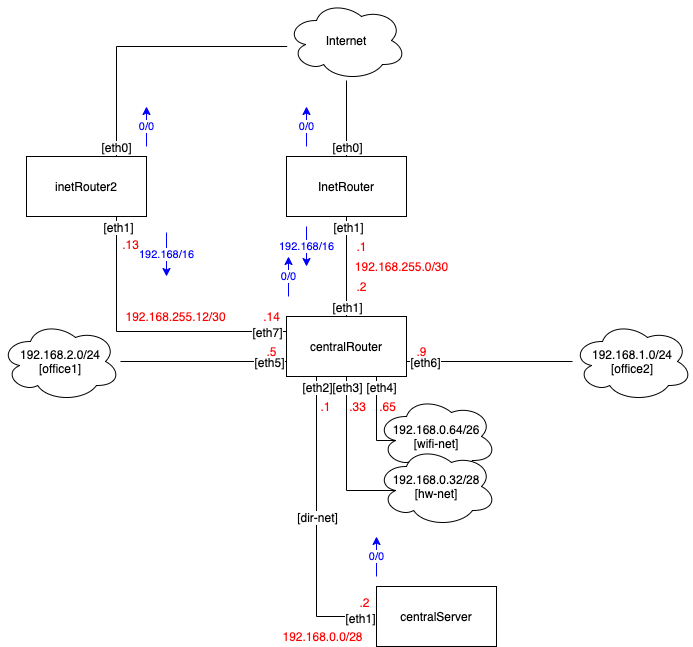
Above: lab21/diagram.png in gs1571/otus-linux (draw.io), before the change. Source tidied: cells renumbered, new cells last; positions are measured from the earlier drawing's top-left corner, leaving out a move shared by most shapes. Its diagram source:
```xml
<mxGraphModel>
  <root>
    <mxCell id="0" />
    <mxCell id="1" parent="0" />
    <mxCell id="2" value="InetRouter" style="rounded=0;whiteSpace=wrap;html=1;" parent="1" vertex="1">
      <mxGeometry x="286" y="156" width="120" height="60" as="geometry" />
    </mxCell>
    <mxCell id="3" value="Internet" style="ellipse;shape=cloud;whiteSpace=wrap;html=1;" parent="1" vertex="1">
      <mxGeometry x="286" width="120" height="80" as="geometry" />
    </mxCell>
    <mxCell id="4" style="endArrow=none;html=1;exitX=0.5;exitY=0;exitDx=0;exitDy=0;" parent="1" edge="1" source="2" target="3">
      <mxGeometry relative="1" as="geometry" />
    </mxCell>
    <mxCell id="5" value="[eth0]" style="text;html=1;align=center;verticalAlign=middle;labelBackgroundColor=#ffffff;" parent="4" vertex="1">
      <mxGeometry x="-0.05" y="-1" relative="1" as="geometry">
        <mxPoint x="-1" y="26" as="offset" />
      </mxGeometry>
    </mxCell>
    <mxCell id="6" value="centralRouter" style="rounded=0;whiteSpace=wrap;html=1;" parent="1" vertex="1">
      <mxGeometry x="286" y="316" width="120" height="60" as="geometry" />
    </mxCell>
    <mxCell id="7" style="endArrow=none;html=1;entryX=0.5;entryY=1;entryDx=0;entryDy=0;" parent="1" edge="1" source="6" target="2">
      <mxGeometry relative="1" as="geometry" />
    </mxCell>
    <mxCell id="8" value="[eth1]" style="text;html=1;align=center;verticalAlign=middle;labelBackgroundColor=#ffffff;" parent="7" vertex="1">
      <mxGeometry x="-0.05" y="-1" relative="1" as="geometry">
        <mxPoint x="-1" y="37" as="offset" />
      </mxGeometry>
    </mxCell>
    <mxCell id="9" value="[eth1]" style="text;html=1;align=center;verticalAlign=middle;labelBackgroundColor=#ffffff;" parent="7" vertex="1">
      <mxGeometry x="0.62" y="-1" relative="1" as="geometry">
        <mxPoint y="-9" as="offset" />
      </mxGeometry>
    </mxCell>
    <mxCell id="10" value="192.168.255.0/30" style="text;html=1;align=center;verticalAlign=middle;fontColor=#FF0000;" parent="1" vertex="1">
      <mxGeometry x="346" y="256" width="110" height="20" as="geometry" />
    </mxCell>
    <mxCell id="11" value=".1" style="text;html=1;align=center;verticalAlign=middle;fontColor=#FF0000;" parent="1" vertex="1">
      <mxGeometry x="346" y="236" width="30" height="20" as="geometry" />
    </mxCell>
    <mxCell id="12" value=".2" style="text;html=1;align=center;verticalAlign=middle;fontColor=#FF0000;" parent="1" vertex="1">
      <mxGeometry x="346" y="276" width="30" height="20" as="geometry" />
    </mxCell>
    <mxCell id="13" style="endArrow=none;html=1;exitX=0;exitY=0.75;exitDx=0;exitDy=0;" parent="1" edge="1" source="6" target="39">
      <mxGeometry relative="1" as="geometry" />
    </mxCell>
    <mxCell id="14" value="[eth5]" style="text;html=1;align=center;verticalAlign=middle;labelBackgroundColor=#ffffff;" parent="13" vertex="1">
      <mxGeometry x="-0.64" y="-1" relative="1" as="geometry">
        <mxPoint x="12" y="1" as="offset" />
      </mxGeometry>
    </mxCell>
    <mxCell id="15" value="192.168.0.64/26&lt;br&gt;[wifi-net]" style="ellipse;shape=cloud;whiteSpace=wrap;html=1;" parent="1" vertex="1">
      <mxGeometry x="376" y="396" width="120" height="80" as="geometry" />
    </mxCell>
    <mxCell id="16" value="192.168.0.32/28&lt;br&gt;[hw-net]" style="ellipse;shape=cloud;whiteSpace=wrap;html=1;" parent="1" vertex="1">
      <mxGeometry x="376" y="446" width="120" height="80" as="geometry" />
    </mxCell>
    <mxCell id="17" value="centralServer" style="rounded=0;whiteSpace=wrap;html=1;" parent="1" vertex="1">
      <mxGeometry x="376" y="586" width="120" height="60" as="geometry" />
    </mxCell>
    <mxCell id="18" style="endArrow=none;html=1;entryX=0.16;entryY=0.55;entryDx=0;entryDy=0;entryPerimeter=0;edgeStyle=elbowEdgeStyle;elbow=vertical;rounded=0;exitX=0.75;exitY=1;exitDx=0;exitDy=0;" parent="1" edge="1" source="6" target="15">
      <mxGeometry relative="1" as="geometry">
        <Array as="points">
          <mxPoint x="376" y="440" />
        </Array>
      </mxGeometry>
    </mxCell>
    <mxCell id="19" value="[eth4]" style="text;html=1;align=center;verticalAlign=middle;labelBackgroundColor=#ffffff;" parent="18" vertex="1">
      <mxGeometry x="0.2" y="-2" relative="1" as="geometry">
        <mxPoint x="6" y="-40" as="offset" />
      </mxGeometry>
    </mxCell>
    <mxCell id="20" style="endArrow=none;html=1;entryX=0.16;entryY=0.55;entryDx=0;entryDy=0;entryPerimeter=0;edgeStyle=elbowEdgeStyle;elbow=vertical;rounded=0;exitX=0.5;exitY=1;exitDx=0;exitDy=0;" parent="1" edge="1" source="6" target="16">
      <mxGeometry relative="1" as="geometry">
        <Array as="points">
          <mxPoint x="366" y="490" />
        </Array>
      </mxGeometry>
    </mxCell>
    <mxCell id="21" value="[eth3]" style="text;html=1;align=center;verticalAlign=middle;labelBackgroundColor=#ffffff;" parent="20" vertex="1">
      <mxGeometry x="0.2" y="-2" relative="1" as="geometry">
        <mxPoint x="2" y="-88" as="offset" />
      </mxGeometry>
    </mxCell>
    <mxCell id="22" style="endArrow=none;html=1;entryX=0;entryY=0.5;entryDx=0;entryDy=0;edgeStyle=elbowEdgeStyle;elbow=vertical;rounded=0;exitX=0.25;exitY=1;exitDx=0;exitDy=0;" parent="1" edge="1" source="6" target="17">
      <mxGeometry relative="1" as="geometry">
        <Array as="points">
          <mxPoint x="346" y="616" />
        </Array>
      </mxGeometry>
    </mxCell>
    <mxCell id="23" value="[eth2]" style="text;html=1;align=center;verticalAlign=middle;labelBackgroundColor=#ffffff;" parent="22" vertex="1">
      <mxGeometry x="0.2" y="-2" relative="1" as="geometry">
        <mxPoint x="2" y="-170" as="offset" />
      </mxGeometry>
    </mxCell>
    <mxCell id="24" value="[eth1]" style="text;html=1;align=center;verticalAlign=middle;labelBackgroundColor=#ffffff;" parent="22" vertex="1">
      <mxGeometry x="0.6" y="10" relative="1" as="geometry">
        <mxPoint x="43" y="11" as="offset" />
      </mxGeometry>
    </mxCell>
    <mxCell id="25" value="[dir-net]" style="text;html=1;align=center;verticalAlign=middle;labelBackgroundColor=#ffffff;" parent="22" vertex="1">
      <mxGeometry x="-0.07" relative="1" as="geometry" />
    </mxCell>
    <mxCell id="26" value=".65" style="text;html=1;align=center;verticalAlign=middle;fontColor=#FF0000;" parent="1" vertex="1">
      <mxGeometry x="372" y="396" width="30" height="20" as="geometry" />
    </mxCell>
    <mxCell id="27" value=".33" style="text;html=1;align=center;verticalAlign=middle;fontColor=#FF0000;" parent="1" vertex="1">
      <mxGeometry x="342" y="396" width="30" height="20" as="geometry" />
    </mxCell>
    <mxCell id="28" value=".2" style="text;html=1;align=center;verticalAlign=middle;fontColor=#FF0000;" parent="1" vertex="1">
      <mxGeometry x="349" y="592" width="30" height="20" as="geometry" />
    </mxCell>
    <mxCell id="29" value=".1" style="text;html=1;align=center;verticalAlign=middle;fontColor=#FF0000;" parent="1" vertex="1">
      <mxGeometry x="310" y="396" width="30" height="20" as="geometry" />
    </mxCell>
    <mxCell id="30" value="192.168.0.0/28" style="text;html=1;align=center;verticalAlign=middle;fontColor=#FF0000;" parent="1" vertex="1">
      <mxGeometry x="272" y="626" width="100" height="20" as="geometry" />
    </mxCell>
    <mxCell id="31" value=".5" style="text;html=1;align=center;verticalAlign=middle;fontColor=#FF0000;" parent="1" vertex="1">
      <mxGeometry x="256" y="341" width="30" height="20" as="geometry" />
    </mxCell>
    <mxCell id="32" style="endArrow=none;html=1;entryX=1;entryY=0.75;entryDx=0;entryDy=0;" parent="1" edge="1" source="40" target="6">
      <mxGeometry relative="1" as="geometry" />
    </mxCell>
    <mxCell id="33" value="[eth6]" style="text;html=1;align=center;verticalAlign=middle;labelBackgroundColor=#ffffff;" parent="32" vertex="1">
      <mxGeometry x="0.79" relative="1" as="geometry" />
    </mxCell>
    <mxCell id="34" value=".9" style="text;html=1;align=center;verticalAlign=middle;fontColor=#FF0000;" parent="1" vertex="1">
      <mxGeometry x="406" y="341" width="30" height="20" as="geometry" />
    </mxCell>
    <mxCell id="35" value="0/0" style="endArrow=classic;html=1;fontColor=#0000FF;strokeColor=#0000FF;" parent="1" edge="1">
      <mxGeometry relative="1" as="geometry">
        <mxPoint x="306" y="146" as="sourcePoint" />
        <mxPoint x="306" y="106" as="targetPoint" />
      </mxGeometry>
    </mxCell>
    <mxCell id="36" value="0/0" style="endArrow=classic;html=1;fontColor=#0000FF;strokeColor=#0000FF;" parent="1" edge="1">
      <mxGeometry relative="1" as="geometry">
        <mxPoint x="288" y="296" as="sourcePoint" />
        <mxPoint x="288" y="256" as="targetPoint" />
      </mxGeometry>
    </mxCell>
    <mxCell id="37" value="192.168/16" style="endArrow=classic;html=1;fontColor=#0000FF;strokeColor=#0000FF;" parent="1" edge="1">
      <mxGeometry relative="1" as="geometry">
        <mxPoint x="306" y="226" as="sourcePoint" />
        <mxPoint x="306" y="266" as="targetPoint" />
      </mxGeometry>
    </mxCell>
    <mxCell id="38" value="0/0" style="endArrow=classic;html=1;fontColor=#0000FF;strokeColor=#0000FF;" parent="1" edge="1">
      <mxGeometry relative="1" as="geometry">
        <mxPoint x="376" y="576" as="sourcePoint" />
        <mxPoint x="376" y="536" as="targetPoint" />
      </mxGeometry>
    </mxCell>
    <mxCell id="39" value="192.168.2.0/24&lt;br&gt;[office1]" style="ellipse;shape=cloud;whiteSpace=wrap;html=1;" parent="1" vertex="1">
      <mxGeometry y="321" width="120" height="80" as="geometry" />
    </mxCell>
    <mxCell id="40" value="192.168.1.0/24&lt;br&gt;[office2]" style="ellipse;shape=cloud;whiteSpace=wrap;html=1;" parent="1" vertex="1">
      <mxGeometry x="572" y="321" width="120" height="80" as="geometry" />
    </mxCell>
    <mxCell id="41" value="inetRouter2" style="rounded=0;whiteSpace=wrap;html=1;" parent="1" vertex="1">
      <mxGeometry x="26" y="156" width="120" height="60" as="geometry" />
    </mxCell>
    <mxCell id="42" style="endArrow=none;html=1;exitX=0.75;exitY=0;exitDx=0;exitDy=0;edgeStyle=orthogonalEdgeStyle;rounded=0;" parent="1" edge="1" source="41" target="3">
      <mxGeometry relative="1" as="geometry">
        <Array as="points">
          <mxPoint x="116" y="46" />
        </Array>
      </mxGeometry>
    </mxCell>
    <mxCell id="43" value="[eth0]" style="text;html=1;align=center;verticalAlign=middle;labelBackgroundColor=#ffffff;" parent="42" vertex="1">
      <mxGeometry x="-0.05" y="-1" relative="1" as="geometry">
        <mxPoint x="-24" y="99" as="offset" />
      </mxGeometry>
    </mxCell>
    <mxCell id="44" value="0/0" style="endArrow=classic;html=1;fontColor=#0000FF;strokeColor=#0000FF;" parent="1" edge="1">
      <mxGeometry relative="1" as="geometry">
        <mxPoint x="146" y="146" as="sourcePoint" />
        <mxPoint x="146" y="106" as="targetPoint" />
      </mxGeometry>
    </mxCell>
    <mxCell id="45" style="endArrow=none;html=1;exitX=0.75;exitY=1;exitDx=0;exitDy=0;entryX=0;entryY=0.25;entryDx=0;entryDy=0;rounded=0;edgeStyle=orthogonalEdgeStyle;" parent="1" edge="1" source="41" target="6">
      <mxGeometry relative="1" as="geometry" />
    </mxCell>
    <mxCell id="46" value="[eth7]" style="text;html=1;align=center;verticalAlign=middle;labelBackgroundColor=#ffffff;" parent="45" vertex="1">
      <mxGeometry x="0.84" relative="1" as="geometry">
        <mxPoint x="3" as="offset" />
      </mxGeometry>
    </mxCell>
    <mxCell id="47" value="[eth1]" style="text;html=1;align=center;verticalAlign=middle;labelBackgroundColor=#ffffff;" parent="45" vertex="1">
      <mxGeometry x="-0.87" y="1" relative="1" as="geometry">
        <mxPoint y="-8" as="offset" />
      </mxGeometry>
    </mxCell>
    <mxCell id="48" value="192.168.255.12/30" style="text;html=1;align=center;verticalAlign=middle;fontColor=#FF0000;" parent="1" vertex="1">
      <mxGeometry x="115" y="306" width="120" height="20" as="geometry" />
    </mxCell>
    <mxCell id="49" value=".14" style="text;html=1;align=center;verticalAlign=middle;fontColor=#FF0000;" parent="1" vertex="1">
      <mxGeometry x="256" y="306" width="30" height="20" as="geometry" />
    </mxCell>
    <mxCell id="50" value=".13" style="text;html=1;align=center;verticalAlign=middle;fontColor=#FF0000;" parent="1" vertex="1">
      <mxGeometry x="115" y="234" width="30" height="20" as="geometry" />
    </mxCell>
    <mxCell id="51" value="192.168/16" style="endArrow=classic;html=1;fontColor=#0000FF;strokeColor=#0000FF;" parent="1" edge="1">
      <mxGeometry relative="1" as="geometry">
        <mxPoint x="166" y="232" as="sourcePoint" />
        <mxPoint x="166" y="276" as="targetPoint" />
      </mxGeometry>
    </mxCell>
  </root>
</mxGraphModel>
```
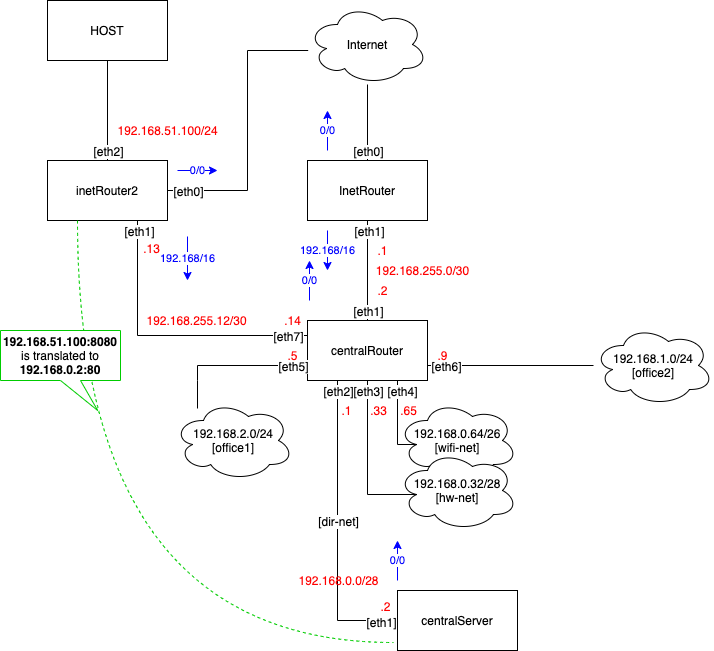
The same file after the commit.

Diff of the diagram source:
```diff
@@ -41,8 +41,13 @@
     <mxCell id="12" value=".2" style="text;html=1;align=center;verticalAlign=middle;fontColor=#FF0000;" parent="1" vertex="1">
       <mxGeometry x="346" y="276" width="30" height="20" as="geometry" />
     </mxCell>
-    <mxCell id="13" style="endArrow=none;html=1;exitX=0;exitY=0.75;exitDx=0;exitDy=0;" parent="1" edge="1" source="6" target="39">
-      <mxGeometry relative="1" as="geometry" />
+    <mxCell id="13" style="endArrow=none;html=1;exitX=0;exitY=0.75;exitDx=0;exitDy=0;edgeStyle=orthogonalEdgeStyle;rounded=0;" parent="1" edge="1" source="6" target="39">
+      <mxGeometry relative="1" as="geometry">
+        <Array as="points">
+          <mxPoint x="176" y="376" />
+          <mxPoint x="176" y="376" />
+        </Array>
+      </mxGeometry>
     </mxCell>
     <mxCell id="14" value="[eth5]" style="text;html=1;align=center;verticalAlign=middle;labelBackgroundColor=#ffffff;" parent="13" vertex="1">
       <mxGeometry x="-0.64" y="-1" relative="1" as="geometry">
@@ -115,7 +120,7 @@
       <mxGeometry x="310" y="396" width="30" height="20" as="geometry" />
     </mxCell>
     <mxCell id="30" value="192.168.0.0/28" style="text;html=1;align=center;verticalAlign=middle;fontColor=#FF0000;" parent="1" vertex="1">
-      <mxGeometry x="272" y="626" width="100" height="20" as="geometry" />
+      <mxGeometry x="267" y="566" width="100" height="20" as="geometry" />
     </mxCell>
     <mxCell id="31" value=".5" style="text;html=1;align=center;verticalAlign=middle;fontColor=#FF0000;" parent="1" vertex="1">
       <mxGeometry x="256" y="341" width="30" height="20" as="geometry" />
@@ -154,7 +159,7 @@
       </mxGeometry>
     </mxCell>
     <mxCell id="39" value="192.168.2.0/24&lt;br&gt;[office1]" style="ellipse;shape=cloud;whiteSpace=wrap;html=1;" parent="1" vertex="1">
-      <mxGeometry y="321" width="120" height="80" as="geometry" />
+      <mxGeometry x="152" y="396" width="120" height="80" as="geometry" />
     </mxCell>
     <mxCell id="40" value="192.168.1.0/24&lt;br&gt;[office2]" style="ellipse;shape=cloud;whiteSpace=wrap;html=1;" parent="1" vertex="1">
       <mxGeometry x="572" y="321" width="120" height="80" as="geometry" />
@@ -162,22 +167,23 @@
     <mxCell id="41" value="inetRouter2" style="rounded=0;whiteSpace=wrap;html=1;" parent="1" vertex="1">
       <mxGeometry x="26" y="156" width="120" height="60" as="geometry" />
     </mxCell>
-    <mxCell id="42" style="endArrow=none;html=1;exitX=0.75;exitY=0;exitDx=0;exitDy=0;edgeStyle=orthogonalEdgeStyle;rounded=0;" parent="1" edge="1" source="41" target="3">
+    <mxCell id="42" style="endArrow=none;html=1;exitX=1;exitY=0.5;exitDx=0;exitDy=0;edgeStyle=orthogonalEdgeStyle;rounded=0;" parent="1" edge="1" source="41" target="3">
       <mxGeometry relative="1" as="geometry">
         <Array as="points">
-          <mxPoint x="116" y="46" />
+          <mxPoint x="226" y="186" />
+          <mxPoint x="226" y="46" />
         </Array>
       </mxGeometry>
     </mxCell>
     <mxCell id="43" value="[eth0]" style="text;html=1;align=center;verticalAlign=middle;labelBackgroundColor=#ffffff;" parent="42" vertex="1">
       <mxGeometry x="-0.05" y="-1" relative="1" as="geometry">
-        <mxPoint x="-24" y="99" as="offset" />
+        <mxPoint x="-61" y="53" as="offset" />
       </mxGeometry>
     </mxCell>
     <mxCell id="44" value="0/0" style="endArrow=classic;html=1;fontColor=#0000FF;strokeColor=#0000FF;" parent="1" edge="1">
       <mxGeometry relative="1" as="geometry">
-        <mxPoint x="146" y="146" as="sourcePoint" />
-        <mxPoint x="146" y="106" as="targetPoint" />
+        <mxPoint x="156" y="166" as="sourcePoint" />
+        <mxPoint x="196" y="166" as="targetPoint" />
       </mxGeometry>
     </mxCell>
     <mxCell id="45" style="endArrow=none;html=1;exitX=0.75;exitY=1;exitDx=0;exitDy=0;entryX=0;entryY=0.25;entryDx=0;entryDy=0;rounded=0;edgeStyle=orthogonalEdgeStyle;" parent="1" edge="1" source="41" target="6">
@@ -208,5 +214,29 @@
         <mxPoint x="166" y="276" as="targetPoint" />
       </mxGeometry>
     </mxCell>
+    <mxCell id="52" value="HOST" style="rounded=0;whiteSpace=wrap;html=1;" parent="1" vertex="1">
+      <mxGeometry x="26" y="-4" width="120" height="60" as="geometry" />
+    </mxCell>
+    <mxCell id="53" style="endArrow=none;html=1;exitX=0.5;exitY=0;exitDx=0;exitDy=0;rounded=0;entryX=0.5;entryY=1;entryDx=0;entryDy=0;" parent="1" edge="1" source="41" target="52">
+      <mxGeometry relative="1" as="geometry" />
+    </mxCell>
+    <mxCell id="54" value="[eth2]" style="text;html=1;align=center;verticalAlign=middle;labelBackgroundColor=#ffffff;" parent="53" vertex="1">
+      <mxGeometry x="-0.05" y="-1" relative="1" as="geometry">
+        <mxPoint x="-1" y="37" as="offset" />
+      </mxGeometry>
+    </mxCell>
+    <mxCell id="55" value="192.168.51.100/24" style="text;html=1;align=center;verticalAlign=middle;fontColor=#FF0000;" parent="1" vertex="1">
+      <mxGeometry x="86" y="116" width="120" height="20" as="geometry" />
+    </mxCell>
+    <mxCell id="56" style="endArrow=none;dashed=1;html=1;entryX=-0.033;entryY=0.867;entryDx=0;entryDy=0;entryPerimeter=0;exitX=0.25;exitY=1;exitDx=0;exitDy=0;edgeStyle=orthogonalEdgeStyle;curved=1;strokeColor=#00CC00;" parent="1" edge="1" source="41" target="17">
+      <mxGeometry relative="1" as="geometry">
+        <Array as="points">
+          <mxPoint x="56" y="638" />
+        </Array>
+      </mxGeometry>
+    </mxCell>
+    <mxCell id="57" value="&lt;b&gt;192.168.51.100:8080&lt;br&gt;&lt;/b&gt;is translated to&lt;br&gt;&lt;b&gt;192.168.0.2:80&lt;/b&gt;" style="shape=callout;whiteSpace=wrap;html=1;perimeter=calloutPerimeter;position2=0.81;strokeColor=#00CC00;" parent="1" vertex="1">
+      <mxGeometry x="-21" y="326" width="120" height="80" as="geometry" />
+    </mxCell>
   </root>
 </mxGraphModel>
```
